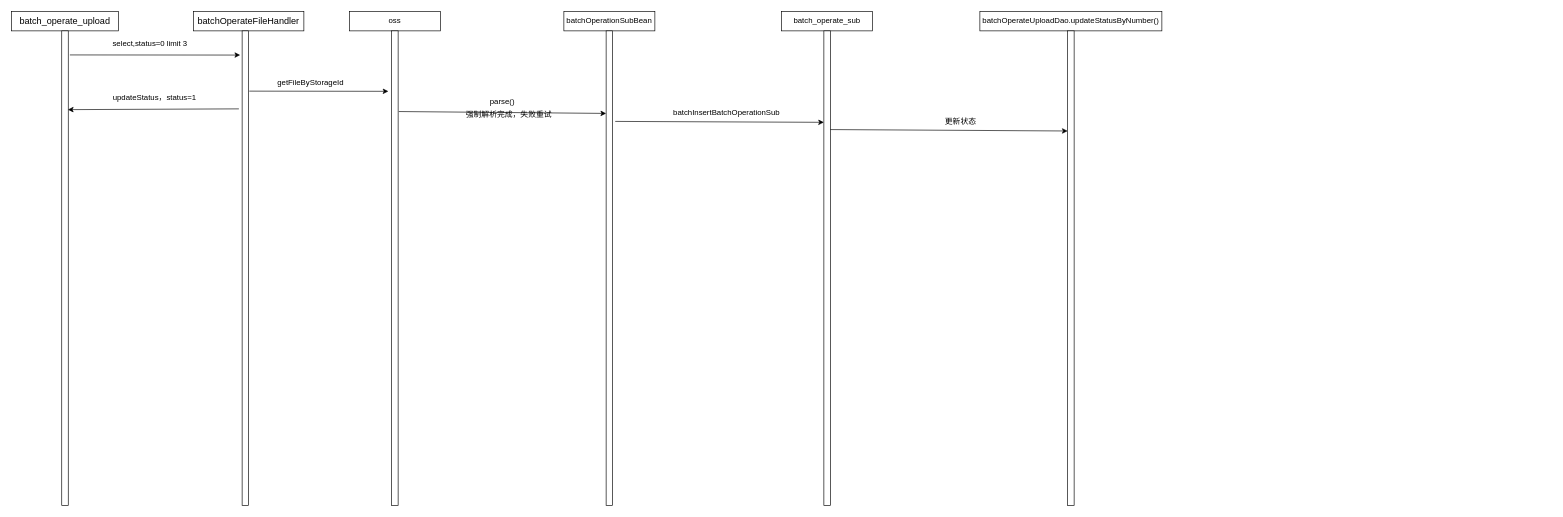
mirai3zZ/mojito keeps this draw.io diagram as time-return.drawio. Above is the earlier version. Source tidied: cells renumbered, new cells numbered last; positions are measured from the earlier drawing's top-left corner, leaving out a move shared by most shapes. Both pictures are drawn from the tidied source at 65%, with x=0, y=0 at pixel (11, 11).
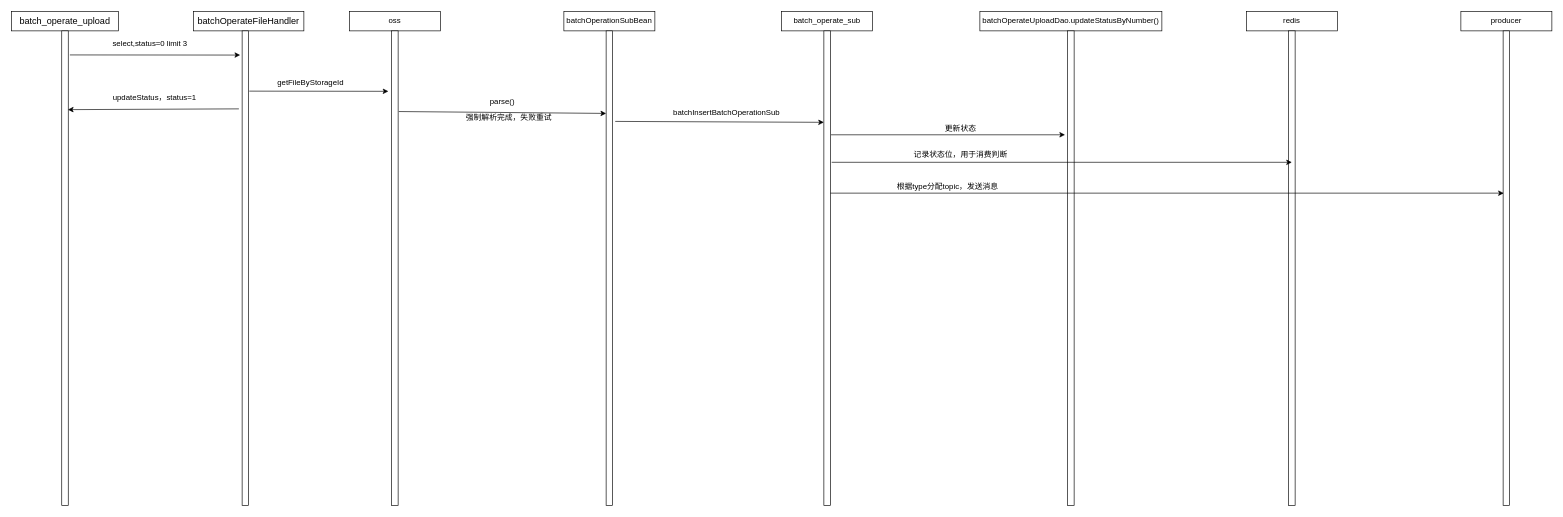
The same page after the edit.

Unchanged cells that the change refers to:
```xml
<mxCell id="7" style="rounded=0;whiteSpace=wrap;html=1;" parent="1" vertex="1">
  <mxGeometry x="1250" y="30" width="10" height="730" as="geometry" />
</mxCell>
<mxCell id="15" style="rounded=0;whiteSpace=wrap;html=1;" parent="1" vertex="1">
  <mxGeometry x="1625" y="30" width="10" height="730" as="geometry" />
</mxCell>
```

What changed in the source:
```diff
@@
-    <mxCell id="18" style="endArrow=classic;html=1;exitX=1;exitY=0.208;exitDx=0;exitDy=0;exitPerimeter=0;entryX=0;entryY=0.211;entryDx=0;entryDy=0;entryPerimeter=0;" parent="1" edge="1" source="7" target="15">
+    <mxCell id="18" style="endArrow=classic;html=1;exitX=1.1;exitY=0.219;exitDx=0;exitDy=0;exitPerimeter=0;entryX=-0.4;entryY=0.219;entryDx=0;entryDy=0;entryPerimeter=0;" parent="1" edge="1" source="7" target="15">
       <mxGeometry relative="1" as="geometry" />
     </mxCell>
     <mxCell id="19" value="更新状态" style="text;html=1;align=center;verticalAlign=middle;" parent="1" vertex="1">
-      <mxGeometry x="1430" y="160" width="60" height="20" as="geometry" />
+      <mxGeometry x="1430" y="170" width="60" height="20" as="geometry" />
     </mxCell>
     <mxCell id="20" value="强制解析完成，失败重试" style="text;html=1;align=center;verticalAlign=middle;" parent="1" vertex="1">
-      <mxGeometry x="690" y="149" width="150" height="20" as="geometry" />
+      <mxGeometry x="690" y="153" width="150" height="20" as="geometry" />
     </mxCell>
@@
+    <mxCell id="27" value="redis" style="rounded=0;whiteSpace=wrap;html=1;" parent="1" vertex="1">
+      <mxGeometry x="1900" width="140" height="30" as="geometry" />
+    </mxCell>
+    <mxCell id="28" style="rounded=0;whiteSpace=wrap;html=1;" parent="1" vertex="1">
+      <mxGeometry x="1965" y="30" width="10" height="730" as="geometry" />
+    </mxCell>
+    <mxCell id="29" value="producer" style="rounded=0;whiteSpace=wrap;html=1;" parent="1" vertex="1">
+      <mxGeometry x="2230" width="140" height="30" as="geometry" />
+    </mxCell>
+    <mxCell id="30" style="rounded=0;whiteSpace=wrap;html=1;" parent="1" vertex="1">
+      <mxGeometry x="2295" y="30" width="10" height="730" as="geometry" />
+    </mxCell>
+    <mxCell id="31" style="endArrow=classic;html=1;exitX=1.2;exitY=0.277;exitDx=0;exitDy=0;exitPerimeter=0;entryX=0.5;entryY=0.277;entryDx=0;entryDy=0;entryPerimeter=0;" parent="1" edge="1" source="7" target="28">
+      <mxGeometry relative="1" as="geometry" />
+    </mxCell>
+    <mxCell id="32" style="endArrow=classic;html=1;exitX=1;exitY=0.342;exitDx=0;exitDy=0;exitPerimeter=0;entryX=0.1;entryY=0.342;entryDx=0;entryDy=0;entryPerimeter=0;" parent="1" edge="1" source="7" target="30">
+      <mxGeometry relative="1" as="geometry" />
+    </mxCell>
+    <mxCell id="33" value="记录状态位，用于消费判断" style="text;html=1;align=center;verticalAlign=middle;" parent="1" vertex="1">
+      <mxGeometry x="1380" y="210" width="160" height="20" as="geometry" />
+    </mxCell>
+    <mxCell id="34" value="根据type分配topic，发送消息" style="text;html=1;align=center;verticalAlign=middle;" parent="1" vertex="1">
+      <mxGeometry x="1355" y="260" width="170" height="20" as="geometry" />
+    </mxCell>
```
